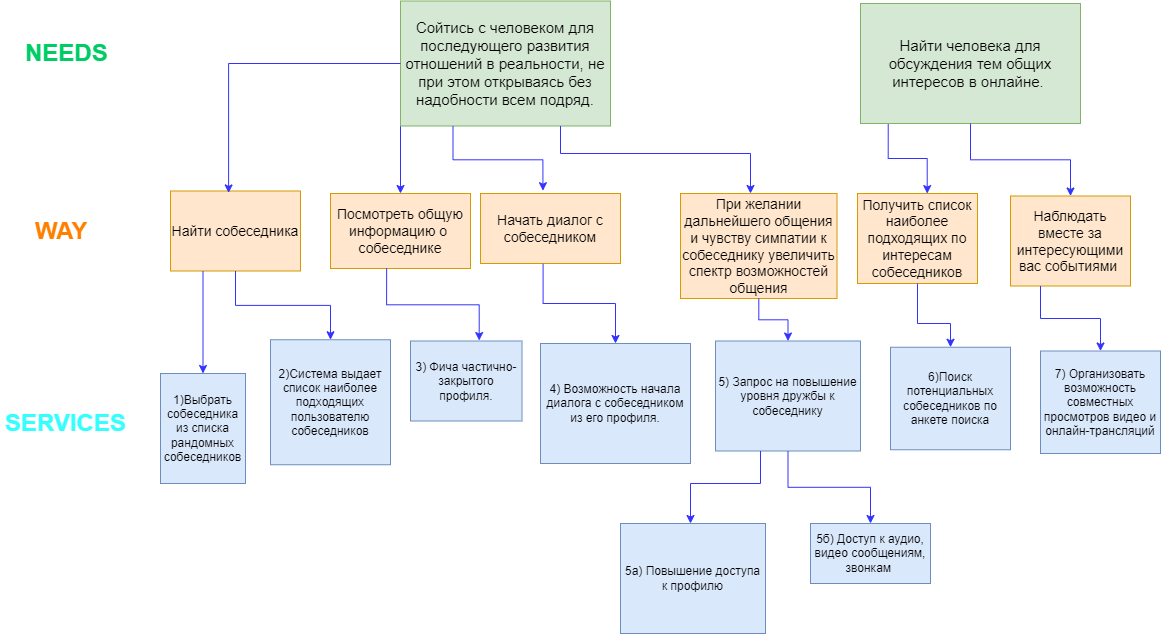
Above: StoryMap_task3/StoryMap.png in Renki-mipt/Software-Systems-Design (draw.io), before the change. Source tidied: cells renumbered, new cells last; positions are measured from the earlier drawing's top-left corner, leaving out a move shared by most shapes.
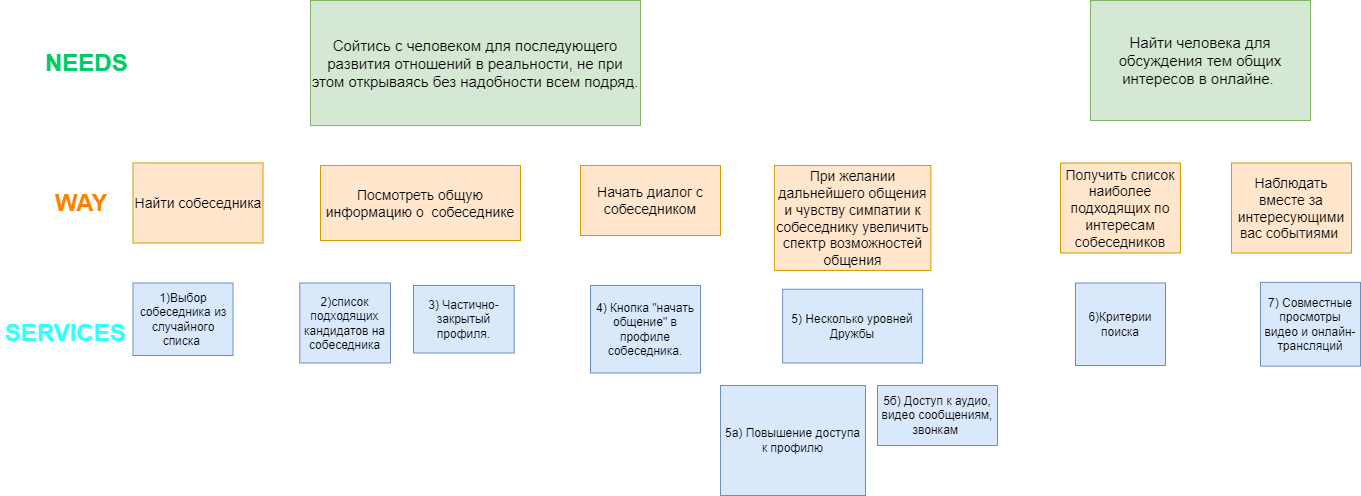
After the commit.

Diff of the diagram source:
```diff
@@ -3,124 +3,64 @@
     <mxCell id="0" />
     <mxCell id="1" parent="0" />
     <mxCell id="2" value="&lt;h1&gt;&lt;font color=&quot;#00cc66&quot;&gt;NEEDS&lt;/font&gt;&lt;/h1&gt;" style="text;html=1;strokeColor=none;fillColor=none;spacing=5;spacingTop=-20;whiteSpace=wrap;overflow=hidden;rounded=0;" parent="1" vertex="1">
-      <mxGeometry x="20" y="32" width="100" height="40" as="geometry" />
+      <mxGeometry x="20" y="69.5" width="100" height="40" as="geometry" />
     </mxCell>
     <mxCell id="3" value="&lt;h1&gt;&lt;font color=&quot;#ff8000&quot;&gt;WAY&lt;/font&gt;&lt;/h1&gt;" style="text;html=1;strokeColor=none;fillColor=none;spacing=5;spacingTop=-20;whiteSpace=wrap;overflow=hidden;rounded=0;" parent="1" vertex="1">
       <mxGeometry x="30" y="209.5" width="160" height="70" as="geometry" />
     </mxCell>
     <mxCell id="4" value="&lt;h1&gt;&lt;font color=&quot;#33ffff&quot;&gt;SERVICES&lt;/font&gt;&lt;/h1&gt;" style="text;html=1;strokeColor=none;fillColor=none;spacing=5;spacingTop=-20;whiteSpace=wrap;overflow=hidden;rounded=0;" parent="1" vertex="1">
-      <mxGeometry y="402" width="140" height="40" as="geometry" />
+      <mxGeometry x="-20" y="339.5" width="140" height="40" as="geometry" />
     </mxCell>
-    <mxCell id="5" style="edgeStyle=orthogonalEdgeStyle;rounded=0;jettySize=auto;html=1;fontColor=#990099;entryX=0.5;entryY=0;entryDx=0;entryDy=0;strokeColor=#3333FF;exitX=0;exitY=1;exitDx=0;exitDy=0;" parent="1" edge="1" source="14" target="16">
-      <mxGeometry relative="1" as="geometry" />
-    </mxCell>
     <mxCell id="6" value="5б) Доступ к аудио, видео сообщениям, звонкам&amp;nbsp;" style="whiteSpace=wrap;html=1;fillColor=#dae8fc;strokeColor=#6c8ebf;rounded=0;" parent="1" vertex="1">
-      <mxGeometry x="810" y="522" width="120" height="60" as="geometry" />
+      <mxGeometry x="857" y="412" width="120" height="60" as="geometry" />
     </mxCell>
-    <mxCell id="7" value="5) Запрос на повышение уровня дружбы к собеседнику" style="whiteSpace=wrap;html=1;fillColor=#dae8fc;strokeColor=#6c8ebf;rounded=0;" parent="1" vertex="1">
-      <mxGeometry x="715" y="339.5" width="145" height="110" as="geometry" />
+    <mxCell id="7" value="5) Несколько уровней Дружбы" style="whiteSpace=wrap;html=1;fillColor=#dae8fc;strokeColor=#6c8ebf;rounded=0;" parent="1" vertex="1">
+      <mxGeometry x="762.1" y="315.8" width="140" height="73.8" as="geometry" />
     </mxCell>
-    <mxCell id="8" value="4) Возможность начала диалога с собеседником из его профиля." style="whiteSpace=wrap;html=1;fillColor=#dae8fc;strokeColor=#6c8ebf;rounded=0;" parent="1" vertex="1">
-      <mxGeometry x="540" y="342" width="150" height="120" as="geometry" />
+    <mxCell id="8" value="4) Кнопка &quot;начать общение&quot; в профиле собеседника." style="whiteSpace=wrap;html=1;fillColor=#dae8fc;strokeColor=#6c8ebf;rounded=0;" parent="1" vertex="1">
+      <mxGeometry x="570" y="312" width="110" height="87.5" as="geometry" />
     </mxCell>
     <mxCell id="9" value="&lt;font style=&quot;font-size: 14px;&quot;&gt;Получить список наиболее подходящих по интересам собеседников&lt;/font&gt;" style="whiteSpace=wrap;html=1;fillColor=#ffe6cc;strokeColor=#d79b00;rounded=0;" parent="1" vertex="1">
-      <mxGeometry x="857" y="192" width="120" height="90" as="geometry" />
+      <mxGeometry x="1040" y="189.5" width="120" height="90" as="geometry" />
     </mxCell>
-    <mxCell id="10" value="3) Фича частично-закрытого профиля." style="whiteSpace=wrap;html=1;fillColor=#dae8fc;strokeColor=#6c8ebf;rounded=0;" parent="1" vertex="1">
-      <mxGeometry x="410" y="339.5" width="111.5" height="80" as="geometry" />
+    <mxCell id="10" value="3) Частично-закрытый профиля." style="whiteSpace=wrap;html=1;fillColor=#dae8fc;strokeColor=#6c8ebf;rounded=0;" parent="1" vertex="1">
+      <mxGeometry x="393" y="312" width="100.8" height="67.5" as="geometry" />
     </mxCell>
     <mxCell id="11" value="&lt;font style=&quot;font-size: 14px;&quot;&gt;Найти собеседника&lt;/font&gt;" style="whiteSpace=wrap;html=1;fillColor=#ffe6cc;strokeColor=#d79b00;rounded=0;" parent="1" vertex="1">
-      <mxGeometry x="170" y="189.5" width="130" height="80" as="geometry" />
+      <mxGeometry x="112.5" y="189.5" width="130" height="80" as="geometry" />
     </mxCell>
-    <mxCell id="12" value="1)Выбрать собеседника из списка рандомных собеседников" style="whiteSpace=wrap;html=1;fillColor=#dae8fc;strokeColor=#6c8ebf;rounded=0;" parent="1" vertex="1">
-      <mxGeometry x="160" y="372" width="85" height="110" as="geometry" />
+    <mxCell id="12" value="1)Выбор собеседника из случайного списка&amp;nbsp;" style="whiteSpace=wrap;html=1;fillColor=#dae8fc;strokeColor=#6c8ebf;rounded=0;" parent="1" vertex="1">
+      <mxGeometry x="112.5" y="309.5" width="100" height="72.5" as="geometry" />
     </mxCell>
-    <mxCell id="13" value="6)Поиск потенциальных собеседников по анкете поиска" style="whiteSpace=wrap;html=1;fillColor=#dae8fc;strokeColor=#6c8ebf;rounded=0;" parent="1" vertex="1">
-      <mxGeometry x="890" y="345.8" width="120" height="102.5" as="geometry" />
+    <mxCell id="13" value="6)Критерии поиска" style="whiteSpace=wrap;html=1;fillColor=#dae8fc;strokeColor=#6c8ebf;rounded=0;" parent="1" vertex="1">
+      <mxGeometry x="1055" y="309.5" width="90" height="82.5" as="geometry" />
     </mxCell>
     <mxCell id="14" value="&lt;font style=&quot;font-size: 15px;&quot;&gt;Сойтись с человеком для последующего развития отношений в реальности, не при этом открываясь без надобности всем подряд.&lt;/font&gt;" style="rounded=0;whiteSpace=wrap;html=1;fillColor=#d5e8d4;strokeColor=#82b366;" parent="1" vertex="1">
-      <mxGeometry x="400" y="-0.5" width="210" height="125" as="geometry" />
+      <mxGeometry x="290" y="27" width="330" height="125" as="geometry" />
     </mxCell>
     <mxCell id="15" value="&lt;span style=&quot;font-size: 15px;&quot;&gt;Найти человека для обсуждения тем общих интересов в онлайне.&amp;nbsp;&lt;/span&gt;" style="rounded=0;whiteSpace=wrap;html=1;fillColor=#d5e8d4;strokeColor=#82b366;" parent="1" vertex="1">
-      <mxGeometry x="860" y="2" width="220" height="120" as="geometry" />
+      <mxGeometry x="1070" y="27" width="220" height="120" as="geometry" />
     </mxCell>
     <mxCell id="16" value="&lt;font style=&quot;font-size: 14px;&quot;&gt;Посмотреть общую информацию о&amp;nbsp; собеседнике&lt;/font&gt;" style="whiteSpace=wrap;html=1;fillColor=#ffe6cc;strokeColor=#d79b00;rounded=0;" parent="1" vertex="1">
-      <mxGeometry x="330" y="192" width="140" height="75" as="geometry" />
+      <mxGeometry x="300" y="192" width="200" height="75" as="geometry" />
     </mxCell>
     <mxCell id="17" value="&lt;font style=&quot;font-size: 14px;&quot;&gt;Начать диалог с собеседником&lt;/font&gt;" style="whiteSpace=wrap;html=1;fillColor=#ffe6cc;strokeColor=#d79b00;rounded=0;" parent="1" vertex="1">
-      <mxGeometry x="480" y="192" width="140" height="70" as="geometry" />
+      <mxGeometry x="560" y="192" width="140" height="70" as="geometry" />
     </mxCell>
     <mxCell id="18" value="&lt;font style=&quot;font-size: 14px;&quot;&gt;При желании дальнейшего общения и чувству симпатии к собеседнику увеличить спектр возможностей общения&lt;/font&gt;" style="whiteSpace=wrap;html=1;fillColor=#ffe6cc;strokeColor=#d79b00;rounded=0;" parent="1" vertex="1">
-      <mxGeometry x="680" y="192" width="156.5" height="105" as="geometry" />
+      <mxGeometry x="753.9" y="192" width="156.5" height="105" as="geometry" />
     </mxCell>
     <mxCell id="19" value="&lt;span style=&quot;font-size: 14px;&quot;&gt;Наблюдать вместе за интересующими вас событиями&amp;nbsp;&lt;/span&gt;" style="whiteSpace=wrap;html=1;fillColor=#ffe6cc;strokeColor=#d79b00;rounded=0;" parent="1" vertex="1">
-      <mxGeometry x="1010" y="194.5" width="120" height="90" as="geometry" />
+      <mxGeometry x="1211" y="189.5" width="120" height="90" as="geometry" />
     </mxCell>
     <mxCell id="20" value="5а) Повышение доступа к профилю" style="whiteSpace=wrap;html=1;fillColor=#dae8fc;strokeColor=#6c8ebf;rounded=0;" parent="1" vertex="1">
-      <mxGeometry x="620" y="522" width="145" height="110" as="geometry" />
+      <mxGeometry x="700" y="412" width="145" height="110" as="geometry" />
     </mxCell>
-    <mxCell id="21" value="7) Организовать возможность совместных просмотров видео и онлайн-трансляций" style="whiteSpace=wrap;html=1;fillColor=#dae8fc;strokeColor=#6c8ebf;rounded=0;" parent="1" vertex="1">
-      <mxGeometry x="1040" y="349.5" width="120" height="102.5" as="geometry" />
+    <mxCell id="21" value="7) Совместные просмотры видео и онлайн-трансляций" style="whiteSpace=wrap;html=1;fillColor=#dae8fc;strokeColor=#6c8ebf;rounded=0;" parent="1" vertex="1">
+      <mxGeometry x="1240" y="308.9" width="100" height="83.8" as="geometry" />
     </mxCell>
-    <mxCell id="22" style="edgeStyle=orthogonalEdgeStyle;rounded=0;jettySize=auto;html=1;fontColor=#990099;strokeColor=#3333FF;exitX=0.25;exitY=1;exitDx=0;exitDy=0;entryX=0.446;entryY=-0.04;entryDx=0;entryDy=0;entryPerimeter=0;" parent="1" edge="1" source="14" target="17">
-      <mxGeometry relative="1" as="geometry" />
-    </mxCell>
-    <mxCell id="23" style="edgeStyle=orthogonalEdgeStyle;rounded=0;jettySize=auto;html=1;fontColor=#990099;entryX=0.447;entryY=0.024;entryDx=0;entryDy=0;strokeColor=#3333FF;entryPerimeter=0;" parent="1" edge="1" source="14" target="11">
-      <mxGeometry relative="1" as="geometry" />
-    </mxCell>
-    <mxCell id="24" style="edgeStyle=orthogonalEdgeStyle;rounded=0;jettySize=auto;html=1;fontColor=#990099;strokeColor=#3333FF;" parent="1" edge="1" source="14" target="18">
-      <mxGeometry relative="1" as="geometry">
-        <Array as="points">
-          <mxPoint x="560" y="152" />
-          <mxPoint x="750" y="152" />
-        </Array>
-      </mxGeometry>
-    </mxCell>
-    <mxCell id="25" style="edgeStyle=orthogonalEdgeStyle;rounded=0;jettySize=auto;html=1;fontColor=#990099;strokeColor=#3333FF;exitX=0.126;exitY=1.006;exitDx=0;exitDy=0;exitPerimeter=0;entryX=0.581;entryY=0.001;entryDx=0;entryDy=0;entryPerimeter=0;" parent="1" edge="1" source="15" target="9">
-      <mxGeometry relative="1" as="geometry" />
-    </mxCell>
-    <mxCell id="26" style="edgeStyle=orthogonalEdgeStyle;rounded=0;jettySize=auto;html=1;fontColor=#990099;strokeColor=#3333FF;entryX=0.5;entryY=0;entryDx=0;entryDy=0;" parent="1" edge="1" source="15" target="19">
-      <mxGeometry relative="1" as="geometry" />
-    </mxCell>
-    <mxCell id="27" style="edgeStyle=orthogonalEdgeStyle;rounded=0;jettySize=auto;html=1;fontColor=#990099;strokeColor=#3333FF;exitX=0.401;exitY=0.997;exitDx=0;exitDy=0;entryX=0.616;entryY=-0.006;entryDx=0;entryDy=0;entryPerimeter=0;exitPerimeter=0;" parent="1" edge="1" source="16" target="10">
-      <mxGeometry relative="1" as="geometry" />
-    </mxCell>
-    <mxCell id="28" style="edgeStyle=orthogonalEdgeStyle;rounded=0;jettySize=auto;html=1;fontColor=#990099;strokeColor=#3333FF;exitX=0.447;exitY=1.005;exitDx=0;exitDy=0;entryX=0.5;entryY=0;entryDx=0;entryDy=0;exitPerimeter=0;" parent="1" edge="1" source="17" target="8">
-      <mxGeometry relative="1" as="geometry" />
-    </mxCell>
-    <mxCell id="29" style="edgeStyle=orthogonalEdgeStyle;rounded=0;jettySize=auto;html=1;fontColor=#990099;strokeColor=#3333FF;exitX=0.25;exitY=1;exitDx=0;exitDy=0;" parent="1" edge="1" source="11" target="12">
-      <mxGeometry relative="1" as="geometry" />
-    </mxCell>
-    <mxCell id="30" style="edgeStyle=orthogonalEdgeStyle;rounded=0;jettySize=auto;html=1;fontColor=#990099;strokeColor=#3333FF;" parent="1" edge="1" source="18" target="7">
-      <mxGeometry relative="1" as="geometry" />
-    </mxCell>
-    <mxCell id="31" style="edgeStyle=orthogonalEdgeStyle;rounded=0;jettySize=auto;html=1;fontColor=#990099;strokeColor=#3333FF;entryX=0.5;entryY=0;entryDx=0;entryDy=0;" parent="1" edge="1" source="9" target="13">
-      <mxGeometry relative="1" as="geometry">
-        <Array as="points">
-          <mxPoint x="917" y="322" />
-          <mxPoint x="950" y="322" />
-        </Array>
-      </mxGeometry>
-    </mxCell>
-    <mxCell id="32" style="edgeStyle=orthogonalEdgeStyle;rounded=0;jettySize=auto;html=1;fontColor=#990099;strokeColor=#3333FF;exitX=0.25;exitY=1;exitDx=0;exitDy=0;" parent="1" edge="1" source="19" target="21">
-      <mxGeometry relative="1" as="geometry" />
-    </mxCell>
-    <mxCell id="33" style="edgeStyle=orthogonalEdgeStyle;rounded=0;jettySize=auto;html=1;fontColor=#990099;strokeColor=#3333FF;" parent="1" edge="1" source="7" target="6">
-      <mxGeometry relative="1" as="geometry" />
-    </mxCell>
-    <mxCell id="34" style="edgeStyle=orthogonalEdgeStyle;rounded=0;jettySize=auto;html=1;fontColor=#990099;strokeColor=#3333FF;" parent="1" edge="1" source="7" target="20">
-      <mxGeometry relative="1" as="geometry">
-        <Array as="points">
-          <mxPoint x="760" y="482" />
-          <mxPoint x="690" y="482" />
-        </Array>
-      </mxGeometry>
-    </mxCell>
-    <mxCell id="35" value="2)Система выдает список наиболее подходящих пользователю собеседников" style="whiteSpace=wrap;html=1;fillColor=#dae8fc;strokeColor=#6c8ebf;rounded=0;" parent="1" vertex="1">
-      <mxGeometry x="270" y="338.2" width="120" height="125" as="geometry" />
+    <mxCell id="35" value="2)список подходящих кандидатов на собеседника" style="whiteSpace=wrap;html=1;fillColor=#dae8fc;strokeColor=#6c8ebf;rounded=0;" parent="1" vertex="1">
+      <mxGeometry x="279.2" y="309.5" width="90.8" height="80" as="geometry" />
     </mxCell>
-    <mxCell id="36" style="edgeStyle=orthogonalEdgeStyle;rounded=0;jettySize=auto;html=1;fontColor=#990099;strokeColor=#3333FF;" parent="1" edge="1" source="11" target="35">
-      <mxGeometry relative="1" as="geometry" />
-    </mxCell>
   </root>
 </mxGraphModel>
```
